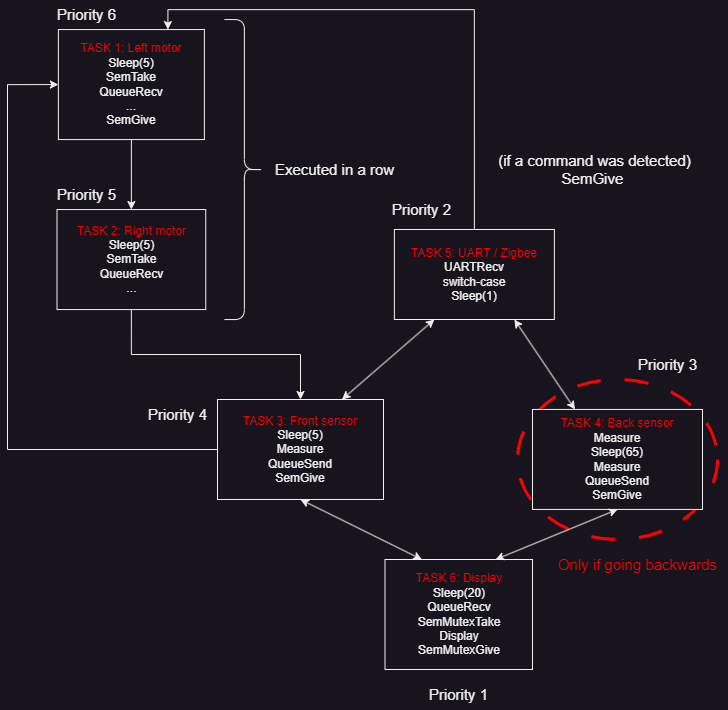
Above: images/os_proj/TaskDiagram.drawio.png in elllouan/elllouan.github.io (draw.io), before the change. Source tidied: cells renumbered, new cells last; positions are measured from the earlier drawing's top-left corner, leaving out a move shared by most shapes. Its diagram source:
```xml
<mxGraphModel>
  <root>
    <mxCell id="0" />
    <mxCell id="1" parent="0" />
    <mxCell id="2" style="ellipse;whiteSpace=wrap;html=1;fillColor=none;fontColor=#ffffff;strokeColor=#FF0000;dashed=1;dashPattern=8 8;strokeWidth=3;" parent="1" vertex="1">
      <mxGeometry x="510" y="379.9" width="200" height="160" as="geometry" />
    </mxCell>
    <mxCell id="3" style="edgeStyle=orthogonalEdgeStyle;rounded=0;jettySize=auto;html=1;entryX=0.5;entryY=0;entryDx=0;entryDy=0;exitX=0.5;exitY=1;exitDx=0;exitDy=0;" parent="1" edge="1" source="4" target="11">
      <mxGeometry relative="1" as="geometry" />
    </mxCell>
    <mxCell id="4" value="&lt;font color=&quot;#ff0000&quot;&gt;TASK 2: Right motor&lt;br&gt;&lt;/font&gt;Sleep(5)&lt;br&gt;SemTake&lt;br&gt;QueueRecv&lt;br&gt;..." style="rounded=0;whiteSpace=wrap;html=1;" parent="1" vertex="1">
      <mxGeometry x="49.5" y="210.1" width="148.8" height="100" as="geometry" />
    </mxCell>
    <mxCell id="5" style="edgeStyle=orthogonalEdgeStyle;rounded=0;jettySize=auto;html=1;entryX=0.5;entryY=0;entryDx=0;entryDy=0;" parent="1" edge="1" source="6" target="4">
      <mxGeometry relative="1" as="geometry" />
    </mxCell>
    <mxCell id="6" value="&lt;font color=&quot;#ff0000&quot;&gt;TASK 1: Left motor&lt;br&gt;&lt;/font&gt;Sleep(5)&lt;br&gt;SemTake&lt;br&gt;QueueRecv&lt;br&gt;...&lt;br&gt;SemGive" style="rounded=0;whiteSpace=wrap;html=1;" parent="1" vertex="1">
      <mxGeometry x="50.9" y="30.1" width="146" height="110" as="geometry" />
    </mxCell>
    <mxCell id="7" style="edgeStyle=orthogonalEdgeStyle;rounded=0;jettySize=auto;html=1;exitX=0.5;exitY=0;exitDx=0;exitDy=0;entryX=0.75;entryY=0;entryDx=0;entryDy=0;" parent="1" edge="1" source="8" target="6">
      <mxGeometry relative="1" as="geometry" />
    </mxCell>
    <mxCell id="8" value="&lt;font color=&quot;#ff0000&quot;&gt;TASK 5: UART / Zigbee&lt;br&gt;&lt;/font&gt;UARTRecv&lt;br&gt;switch-case&lt;br&gt;Sleep(1)" style="rounded=0;whiteSpace=wrap;html=1;" parent="1" vertex="1">
      <mxGeometry x="386.9" y="230" width="160" height="90" as="geometry" />
    </mxCell>
    <mxCell id="9" value="&lt;font color=&quot;#ff0000&quot;&gt;TASK 4: Back sensor&lt;br&gt;&lt;/font&gt;Measure&lt;br&gt;Sleep(65)&lt;br&gt;Measure&lt;br&gt;QueueSend&lt;br&gt;SemGive" style="rounded=0;whiteSpace=wrap;html=1;" parent="1" vertex="1">
      <mxGeometry x="525" y="409.9" width="170" height="100" as="geometry" />
    </mxCell>
    <mxCell id="10" style="edgeStyle=orthogonalEdgeStyle;rounded=0;jettySize=auto;html=1;entryX=0;entryY=0.5;entryDx=0;entryDy=0;exitX=0;exitY=0.5;exitDx=0;exitDy=0;" parent="1" edge="1" source="11" target="6">
      <mxGeometry relative="1" as="geometry">
        <Array as="points">
          <mxPoint y="450" />
          <mxPoint y="85" />
        </Array>
      </mxGeometry>
    </mxCell>
    <mxCell id="11" value="&lt;font color=&quot;#ff0000&quot;&gt;TASK 3: Front sensor&lt;br&gt;&lt;/font&gt;Sleep(5)&lt;br&gt;Measure&lt;br&gt;QueueSend&lt;br&gt;SemGive" style="rounded=0;whiteSpace=wrap;html=1;" parent="1" vertex="1">
      <mxGeometry x="210" y="400" width="166" height="100" as="geometry" />
    </mxCell>
    <mxCell id="12" value="&lt;font color=&quot;#ff0000&quot;&gt;TASK 6: Display&lt;br&gt;&lt;/font&gt;Sleep(20)&lt;br&gt;QueueRecv&lt;br&gt;SemMutexTake&lt;br&gt;Display&lt;br&gt;SemMutexGive" style="rounded=0;whiteSpace=wrap;html=1;" parent="1" vertex="1">
      <mxGeometry x="377.5" y="560" width="147.5" height="110" as="geometry" />
    </mxCell>
    <mxCell id="13" value="&lt;font color=&quot;#ff0000&quot; style=&quot;font-size: 15px;&quot;&gt;Only if going backwards&lt;/font&gt;" style="text;html=1;align=center;verticalAlign=middle;strokeColor=none;fillColor=none;strokeWidth=1;" parent="1" vertex="1">
      <mxGeometry x="540" y="549.9" width="180" height="30" as="geometry" />
    </mxCell>
    <mxCell id="14" style="endArrow=classic;html=1;rounded=0;entryX=0.25;entryY=0;entryDx=0;entryDy=0;exitX=0.75;exitY=1;exitDx=0;exitDy=0;startArrow=classic;startFill=1;" parent="1" edge="1" source="8" target="9">
      <mxGeometry relative="1" as="geometry" />
    </mxCell>
    <mxCell id="15" style="shape=curlyBracket;whiteSpace=wrap;html=1;rounded=1;flipH=1;labelPosition=right;verticalLabelPosition=middle;align=left;verticalAlign=middle;size=0.5;" parent="1" vertex="1">
      <mxGeometry x="216.9" y="20.1" width="40" height="300" as="geometry" />
    </mxCell>
    <mxCell id="16" value="&lt;font style=&quot;font-size: 15px;&quot;&gt;Executed in a row&lt;/font&gt;" style="text;html=1;align=center;verticalAlign=middle;strokeColor=none;fillColor=none;" parent="1" vertex="1">
      <mxGeometry x="256.9" y="155.1" width="140" height="30" as="geometry" />
    </mxCell>
    <mxCell id="17" value="&lt;font style=&quot;font-size: 15px;&quot;&gt;(if a command was detected)&lt;br&gt;SemGive&amp;nbsp;&lt;br&gt;&lt;/font&gt;" style="text;html=1;align=center;verticalAlign=middle;strokeColor=none;fillColor=none;" parent="1" vertex="1">
      <mxGeometry x="476.9" y="145.1" width="220" height="50" as="geometry" />
    </mxCell>
    <mxCell id="18" style="endArrow=classic;html=1;rounded=0;exitX=0.75;exitY=0;exitDx=0;exitDy=0;entryX=0.25;entryY=1;entryDx=0;entryDy=0;startArrow=classic;startFill=1;" parent="1" edge="1" source="11" target="8">
      <mxGeometry relative="1" as="geometry" />
    </mxCell>
    <mxCell id="19" style="endArrow=classic;startArrow=classic;html=1;rounded=0;exitX=0.25;exitY=0;exitDx=0;exitDy=0;entryX=0.5;entryY=1;entryDx=0;entryDy=0;" parent="1" edge="1" source="12" target="11">
      <mxGeometry relative="1" as="geometry" />
    </mxCell>
    <mxCell id="20" value="&lt;font style=&quot;font-size: 15px;&quot;&gt;Priority 6&lt;/font&gt;" style="text;html=1;align=center;verticalAlign=middle;strokeColor=none;fillColor=none;" parent="1" vertex="1">
      <mxGeometry x="39.2" y="0.1" width="80" height="30" as="geometry" />
    </mxCell>
    <mxCell id="21" value="&lt;font style=&quot;font-size: 15px;&quot;&gt;Priority 2&lt;/font&gt;" style="text;html=1;align=center;verticalAlign=middle;strokeColor=none;fillColor=none;" parent="1" vertex="1">
      <mxGeometry x="374" y="195.1" width="80" height="30" as="geometry" />
    </mxCell>
    <mxCell id="22" value="&lt;font style=&quot;font-size: 15px;&quot;&gt;Priority 4&lt;/font&gt;" style="text;html=1;align=center;verticalAlign=middle;strokeColor=none;fillColor=none;" parent="1" vertex="1">
      <mxGeometry x="130" y="400" width="80" height="30" as="geometry" />
    </mxCell>
    <mxCell id="23" value="&lt;font style=&quot;font-size: 15px;&quot;&gt;Priority 1&lt;/font&gt;" style="text;html=1;align=center;verticalAlign=middle;strokeColor=none;fillColor=none;" parent="1" vertex="1">
      <mxGeometry x="411.2" y="680" width="80" height="30" as="geometry" />
    </mxCell>
    <mxCell id="24" value="&lt;font style=&quot;font-size: 15px;&quot;&gt;Priority 3&lt;/font&gt;" style="text;html=1;align=center;verticalAlign=middle;strokeColor=none;fillColor=none;" parent="1" vertex="1">
      <mxGeometry x="620" y="349.9" width="80" height="30" as="geometry" />
    </mxCell>
    <mxCell id="25" value="&lt;font style=&quot;font-size: 15px;&quot;&gt;Priority 5&lt;/font&gt;" style="text;html=1;align=center;verticalAlign=middle;strokeColor=none;fillColor=none;" parent="1" vertex="1">
      <mxGeometry x="39.2" y="180.1" width="80" height="30" as="geometry" />
    </mxCell>
    <mxCell id="26" style="endArrow=classic;startArrow=classic;html=1;rounded=0;exitX=0.75;exitY=0;exitDx=0;exitDy=0;entryX=0.5;entryY=1;entryDx=0;entryDy=0;" parent="1" edge="1" source="12" target="9">
      <mxGeometry relative="1" as="geometry" />
    </mxCell>
  </root>
</mxGraphModel>
```
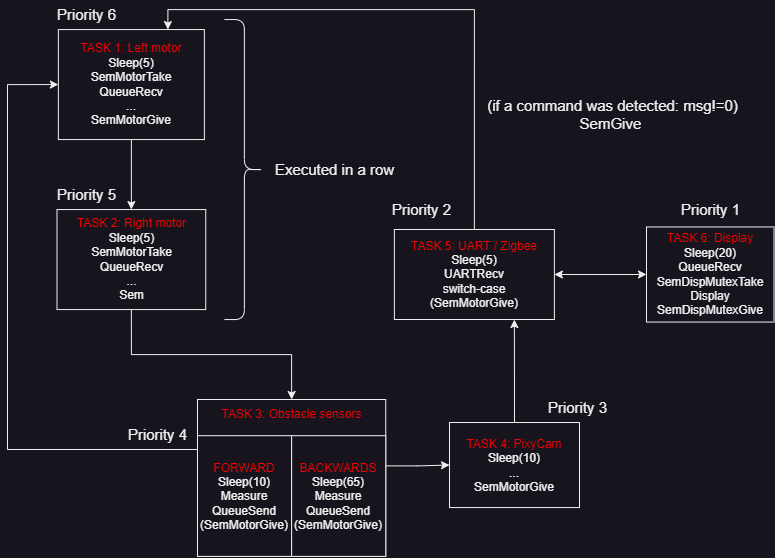
After the change.

The edit, as a diff of the source:
```diff
@@ -2,29 +2,26 @@
   <root>
     <mxCell id="0" />
     <mxCell id="1" parent="0" />
-    <mxCell id="2" style="ellipse;whiteSpace=wrap;html=1;fillColor=none;fontColor=#ffffff;strokeColor=#FF0000;dashed=1;dashPattern=8 8;strokeWidth=3;" parent="1" vertex="1">
-      <mxGeometry x="510" y="379.9" width="200" height="160" as="geometry" />
-    </mxCell>
     <mxCell id="3" style="edgeStyle=orthogonalEdgeStyle;rounded=0;jettySize=auto;html=1;entryX=0.5;entryY=0;entryDx=0;entryDy=0;exitX=0.5;exitY=1;exitDx=0;exitDy=0;" parent="1" edge="1" source="4" target="11">
       <mxGeometry relative="1" as="geometry" />
     </mxCell>
-    <mxCell id="4" value="&lt;font color=&quot;#ff0000&quot;&gt;TASK 2: Right motor&lt;br&gt;&lt;/font&gt;Sleep(5)&lt;br&gt;SemTake&lt;br&gt;QueueRecv&lt;br&gt;..." style="rounded=0;whiteSpace=wrap;html=1;" parent="1" vertex="1">
+    <mxCell id="4" value="&lt;font color=&quot;#ff0000&quot;&gt;TASK 2: Right motor&lt;br&gt;&lt;/font&gt;Sleep(5)&lt;br&gt;SemMotorTake&lt;br&gt;QueueRecv&lt;br&gt;...&lt;br&gt;Sem" style="rounded=0;whiteSpace=wrap;html=1;" parent="1" vertex="1">
       <mxGeometry x="49.5" y="210.1" width="148.8" height="100" as="geometry" />
     </mxCell>
     <mxCell id="5" style="edgeStyle=orthogonalEdgeStyle;rounded=0;jettySize=auto;html=1;entryX=0.5;entryY=0;entryDx=0;entryDy=0;" parent="1" edge="1" source="6" target="4">
       <mxGeometry relative="1" as="geometry" />
     </mxCell>
-    <mxCell id="6" value="&lt;font color=&quot;#ff0000&quot;&gt;TASK 1: Left motor&lt;br&gt;&lt;/font&gt;Sleep(5)&lt;br&gt;SemTake&lt;br&gt;QueueRecv&lt;br&gt;...&lt;br&gt;SemGive" style="rounded=0;whiteSpace=wrap;html=1;" parent="1" vertex="1">
+    <mxCell id="6" value="&lt;font color=&quot;#ff0000&quot;&gt;TASK 1: Left motor&lt;br&gt;&lt;/font&gt;Sleep(5)&lt;br&gt;SemMotorTake&lt;br&gt;QueueRecv&lt;br&gt;...&lt;br&gt;SemMotorGive" style="rounded=0;whiteSpace=wrap;html=1;" parent="1" vertex="1">
       <mxGeometry x="50.9" y="30.1" width="146" height="110" as="geometry" />
     </mxCell>
     <mxCell id="7" style="edgeStyle=orthogonalEdgeStyle;rounded=0;jettySize=auto;html=1;exitX=0.5;exitY=0;exitDx=0;exitDy=0;entryX=0.75;entryY=0;entryDx=0;entryDy=0;" parent="1" edge="1" source="8" target="6">
       <mxGeometry relative="1" as="geometry" />
     </mxCell>
-    <mxCell id="8" value="&lt;font color=&quot;#ff0000&quot;&gt;TASK 5: UART / Zigbee&lt;br&gt;&lt;/font&gt;UARTRecv&lt;br&gt;switch-case&lt;br&gt;Sleep(1)" style="rounded=0;whiteSpace=wrap;html=1;" parent="1" vertex="1">
+    <mxCell id="8" value="&lt;font color=&quot;#ff0000&quot;&gt;TASK 5: UART / Zigbee&lt;br&gt;&lt;/font&gt;Sleep(5)&lt;br&gt;UARTRecv&lt;br&gt;switch-case&lt;br&gt;(SemMotorGive)" style="rounded=0;whiteSpace=wrap;html=1;" parent="1" vertex="1">
       <mxGeometry x="386.9" y="230" width="160" height="90" as="geometry" />
     </mxCell>
-    <mxCell id="9" value="&lt;font color=&quot;#ff0000&quot;&gt;TASK 4: Back sensor&lt;br&gt;&lt;/font&gt;Measure&lt;br&gt;Sleep(65)&lt;br&gt;Measure&lt;br&gt;QueueSend&lt;br&gt;SemGive" style="rounded=0;whiteSpace=wrap;html=1;" parent="1" vertex="1">
-      <mxGeometry x="525" y="409.9" width="170" height="100" as="geometry" />
+    <mxCell id="9" value="&lt;font color=&quot;#ff0000&quot;&gt;TASK 4: PixyCam&lt;/font&gt;&lt;br&gt;Sleep(10)&lt;br&gt;&lt;font color=&quot;#ffffff&quot;&gt;...&lt;/font&gt;&lt;br&gt;SemMotorGive&lt;font color=&quot;#ff0000&quot;&gt;&lt;br&gt;&lt;/font&gt;" style="rounded=0;whiteSpace=wrap;html=1;" parent="1" vertex="1">
+      <mxGeometry x="442" y="423" width="130" height="85.1" as="geometry" />
     </mxCell>
     <mxCell id="10" style="edgeStyle=orthogonalEdgeStyle;rounded=0;jettySize=auto;html=1;entryX=0;entryY=0.5;entryDx=0;entryDy=0;exitX=0;exitY=0.5;exitDx=0;exitDy=0;" parent="1" edge="1" source="11" target="6">
       <mxGeometry relative="1" as="geometry">
@@ -34,16 +31,13 @@
         </Array>
       </mxGeometry>
     </mxCell>
-    <mxCell id="11" value="&lt;font color=&quot;#ff0000&quot;&gt;TASK 3: Front sensor&lt;br&gt;&lt;/font&gt;Sleep(5)&lt;br&gt;Measure&lt;br&gt;QueueSend&lt;br&gt;SemGive" style="rounded=0;whiteSpace=wrap;html=1;" parent="1" vertex="1">
-      <mxGeometry x="210" y="400" width="166" height="100" as="geometry" />
-    </mxCell>
+    <mxCell id="27" style="edgeStyle=orthogonalEdgeStyle;rounded=0;jettySize=auto;html=1;exitX=1;exitY=0.25;exitDx=0;exitDy=0;entryX=0;entryY=0.5;entryDx=0;entryDy=0;" parent="1" edge="1" source="30" target="9">
+      <mxGeometry relative="1" as="geometry" />
+    </mxCell>
-    <mxCell id="12" value="&lt;font color=&quot;#ff0000&quot;&gt;TASK 6: Display&lt;br&gt;&lt;/font&gt;Sleep(20)&lt;br&gt;QueueRecv&lt;br&gt;SemMutexTake&lt;br&gt;Display&lt;br&gt;SemMutexGive" style="rounded=0;whiteSpace=wrap;html=1;" parent="1" vertex="1">
-      <mxGeometry x="377.5" y="560" width="147.5" height="110" as="geometry" />
+    <mxCell id="12" value="&lt;font color=&quot;#ff0000&quot;&gt;TASK 6: Display&lt;br&gt;&lt;/font&gt;Sleep(20)&lt;br&gt;QueueRecv&lt;br&gt;SemDispMutexTake&lt;br&gt;Display&lt;br&gt;SemDispMutexGive" style="rounded=0;whiteSpace=wrap;html=1;" parent="1" vertex="1">
+      <mxGeometry x="639" y="227.5" width="127.5" height="95.1" as="geometry" />
     </mxCell>
-    <mxCell id="13" value="&lt;font color=&quot;#ff0000&quot; style=&quot;font-size: 15px;&quot;&gt;Only if going backwards&lt;/font&gt;" style="text;html=1;align=center;verticalAlign=middle;strokeColor=none;fillColor=none;strokeWidth=1;" parent="1" vertex="1">
-      <mxGeometry x="540" y="549.9" width="180" height="30" as="geometry" />
-    </mxCell>
-    <mxCell id="14" style="endArrow=classic;html=1;rounded=0;entryX=0.25;entryY=0;entryDx=0;entryDy=0;exitX=0.75;exitY=1;exitDx=0;exitDy=0;startArrow=classic;startFill=1;" parent="1" edge="1" source="8" target="9">
+    <mxCell id="14" style="endArrow=none;html=1;rounded=0;entryX=0.5;entryY=0;entryDx=0;entryDy=0;exitX=0.75;exitY=1;exitDx=0;exitDy=0;startArrow=classic;startFill=1;endFill=0;" parent="1" edge="1" source="8" target="9">
       <mxGeometry relative="1" as="geometry" />
     </mxCell>
     <mxCell id="15" style="shape=curlyBracket;whiteSpace=wrap;html=1;rounded=1;flipH=1;labelPosition=right;verticalLabelPosition=middle;align=left;verticalAlign=middle;size=0.5;" parent="1" vertex="1">
@@ -52,15 +46,9 @@
     <mxCell id="16" value="&lt;font style=&quot;font-size: 15px;&quot;&gt;Executed in a row&lt;/font&gt;" style="text;html=1;align=center;verticalAlign=middle;strokeColor=none;fillColor=none;" parent="1" vertex="1">
       <mxGeometry x="256.9" y="155.1" width="140" height="30" as="geometry" />
     </mxCell>
-    <mxCell id="17" value="&lt;font style=&quot;font-size: 15px;&quot;&gt;(if a command was detected)&lt;br&gt;SemGive&amp;nbsp;&lt;br&gt;&lt;/font&gt;" style="text;html=1;align=center;verticalAlign=middle;strokeColor=none;fillColor=none;" parent="1" vertex="1">
-      <mxGeometry x="476.9" y="145.1" width="220" height="50" as="geometry" />
+    <mxCell id="17" value="&lt;font style=&quot;font-size: 15px;&quot;&gt;(if a command was detected: msg!=0)&lt;br&gt;SemGive&amp;nbsp;&lt;br&gt;&lt;/font&gt;" style="text;html=1;align=center;verticalAlign=middle;strokeColor=none;fillColor=none;" parent="1" vertex="1">
+      <mxGeometry x="470" y="90.1" width="270" height="50" as="geometry" />
     </mxCell>
-    <mxCell id="18" style="endArrow=classic;html=1;rounded=0;exitX=0.75;exitY=0;exitDx=0;exitDy=0;entryX=0.25;entryY=1;entryDx=0;entryDy=0;startArrow=classic;startFill=1;" parent="1" edge="1" source="11" target="8">
-      <mxGeometry relative="1" as="geometry" />
-    </mxCell>
-    <mxCell id="19" style="endArrow=classic;startArrow=classic;html=1;rounded=0;exitX=0.25;exitY=0;exitDx=0;exitDy=0;entryX=0.5;entryY=1;entryDx=0;entryDy=0;" parent="1" edge="1" source="12" target="11">
-      <mxGeometry relative="1" as="geometry" />
-    </mxCell>
     <mxCell id="20" value="&lt;font style=&quot;font-size: 15px;&quot;&gt;Priority 6&lt;/font&gt;" style="text;html=1;align=center;verticalAlign=middle;strokeColor=none;fillColor=none;" parent="1" vertex="1">
       <mxGeometry x="39.2" y="0.1" width="80" height="30" as="geometry" />
     </mxCell>
@@ -68,19 +56,34 @@
       <mxGeometry x="374" y="195.1" width="80" height="30" as="geometry" />
     </mxCell>
     <mxCell id="22" value="&lt;font style=&quot;font-size: 15px;&quot;&gt;Priority 4&lt;/font&gt;" style="text;html=1;align=center;verticalAlign=middle;strokeColor=none;fillColor=none;" parent="1" vertex="1">
-      <mxGeometry x="130" y="400" width="80" height="30" as="geometry" />
+      <mxGeometry x="110" y="420" width="80" height="30" as="geometry" />
     </mxCell>
     <mxCell id="23" value="&lt;font style=&quot;font-size: 15px;&quot;&gt;Priority 1&lt;/font&gt;" style="text;html=1;align=center;verticalAlign=middle;strokeColor=none;fillColor=none;" parent="1" vertex="1">
-      <mxGeometry x="411.2" y="680" width="80" height="30" as="geometry" />
+      <mxGeometry x="662.8" y="195.1" width="80" height="30" as="geometry" />
     </mxCell>
     <mxCell id="24" value="&lt;font style=&quot;font-size: 15px;&quot;&gt;Priority 3&lt;/font&gt;" style="text;html=1;align=center;verticalAlign=middle;strokeColor=none;fillColor=none;" parent="1" vertex="1">
-      <mxGeometry x="620" y="349.9" width="80" height="30" as="geometry" />
+      <mxGeometry x="530" y="393" width="80" height="30" as="geometry" />
     </mxCell>
     <mxCell id="25" value="&lt;font style=&quot;font-size: 15px;&quot;&gt;Priority 5&lt;/font&gt;" style="text;html=1;align=center;verticalAlign=middle;strokeColor=none;fillColor=none;" parent="1" vertex="1">
       <mxGeometry x="39.2" y="180.1" width="80" height="30" as="geometry" />
     </mxCell>
-    <mxCell id="26" style="endArrow=classic;startArrow=classic;html=1;rounded=0;exitX=0.75;exitY=0;exitDx=0;exitDy=0;entryX=0.5;entryY=1;entryDx=0;entryDy=0;" parent="1" edge="1" source="12" target="9">
+    <mxCell id="26" style="endArrow=classic;startArrow=classic;html=1;rounded=0;exitX=0;exitY=0.5;exitDx=0;exitDy=0;entryX=1;entryY=0.5;entryDx=0;entryDy=0;" parent="1" edge="1" source="12" target="8">
       <mxGeometry relative="1" as="geometry" />
     </mxCell>
+    <mxCell id="28" style="group;" parent="1" vertex="1">
+      <mxGeometry x="190" y="400" width="188.2" height="156.9" as="geometry" />
+    </mxCell>
+    <mxCell id="11" value="&lt;div style=&quot;&quot;&gt;&lt;br&gt;&lt;/div&gt;" style="rounded=0;whiteSpace=wrap;html=1;align=center;" parent="28" vertex="1">
+      <mxGeometry width="188.2" height="156.9" as="geometry" />
+    </mxCell>
+    <mxCell id="29" value="&lt;font color=&quot;#ff0000&quot;&gt;FORWARD&lt;br&gt;&lt;/font&gt;Sleep(10)&lt;br&gt;Measure&lt;br&gt;QueueSend&lt;br&gt;(SemMotorGive)" style="rounded=0;whiteSpace=wrap;html=1;" parent="28" vertex="1">
+      <mxGeometry y="36.2" width="94.1" height="120.7" as="geometry" />
+    </mxCell>
+    <mxCell id="30" value="&lt;font color=&quot;#ff0000&quot;&gt;BACKWARDS&lt;/font&gt;&lt;br&gt;Sleep(65)&lt;br&gt;Measure&lt;br&gt;QueueSend&lt;br&gt;(SemMotorGive)" style="rounded=0;whiteSpace=wrap;html=1;" parent="28" vertex="1">
+      <mxGeometry x="94.1" y="36.2" width="94.1" height="120.7" as="geometry" />
+    </mxCell>
+    <mxCell id="31" value="&lt;font color=&quot;#ff0000&quot;&gt;TASK 3: Obstacle sensors&lt;/font&gt;" style="text;html=1;align=center;verticalAlign=middle;strokeColor=none;fillColor=none;" parent="28" vertex="1">
+      <mxGeometry x="13.6" width="160" height="30" as="geometry" />
+    </mxCell>
   </root>
 </mxGraphModel>
```
